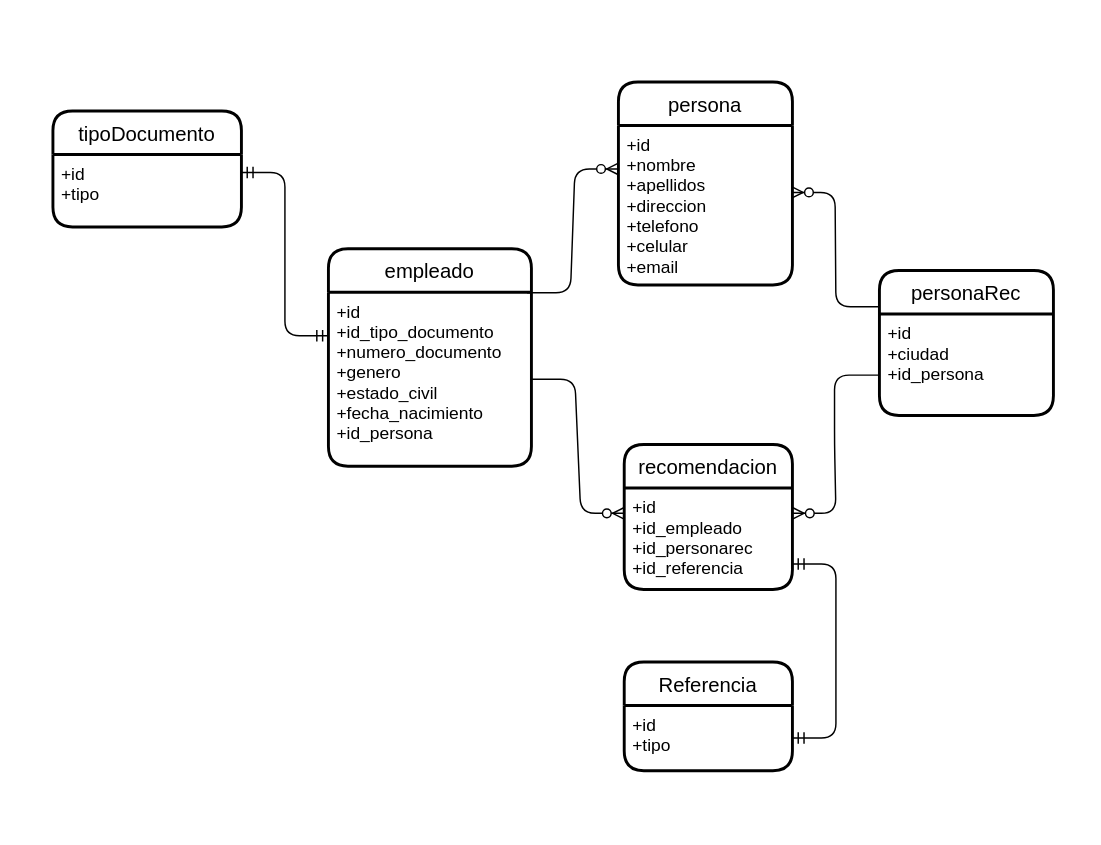
Earlier version of the draw.io diagram HojasDeVida.drawio (shaten10/hdv). Source tidied: cells renumbered, new cells numbered last; positions are measured from the earlier drawing's top-left corner, leaving out a move shared by most shapes. Both pictures are drawn from the tidied source at 145%, with x=0, y=0 at pixel (52, 81).
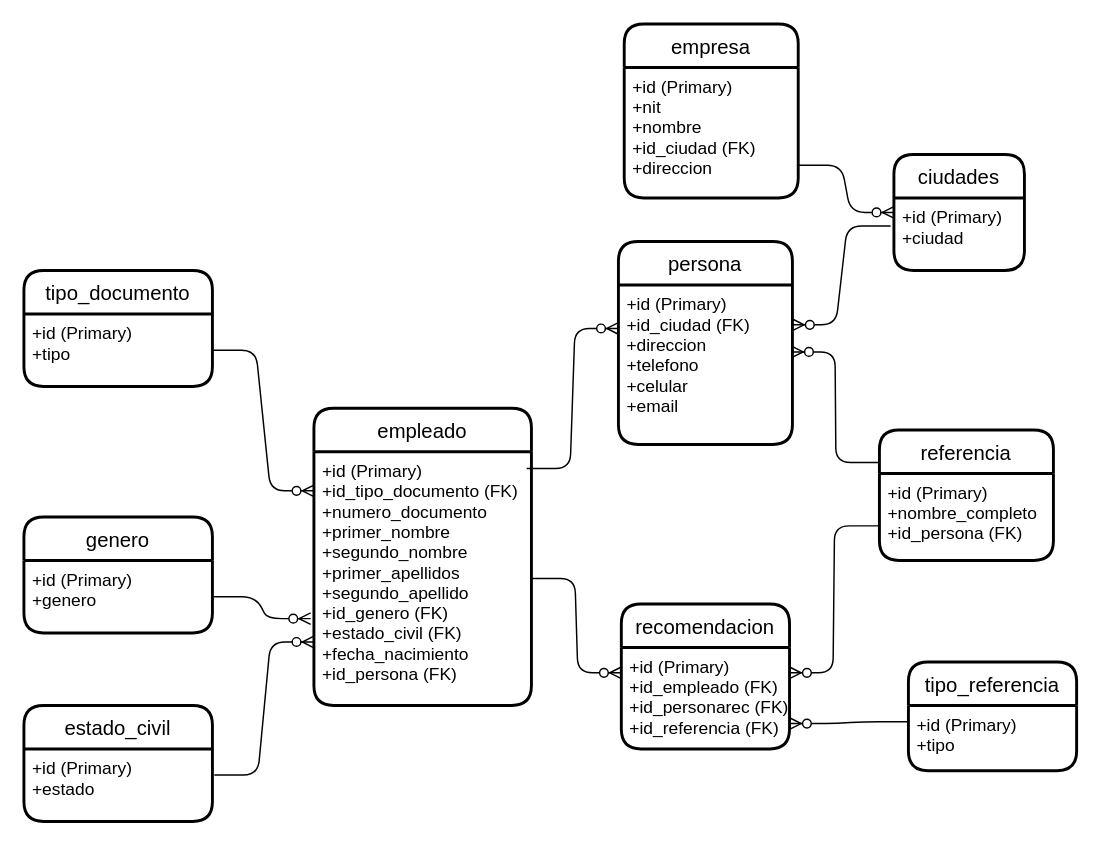
Above is the later version.

Commit message (it also covers changes not shown here):
Cambios 2 Diseño relacional

What changed in the source:
```diff
@@
     <mxCell id="2" value="persona" style="swimlane;horizontal=1;startSize=30;rounded=1;fontSize=14;fontStyle=0;strokeWidth=2;shadow=0;dashed=0;align=center;" parent="1" vertex="1">
-      <mxGeometry x="390" width="120" height="140" as="geometry" />
+      <mxGeometry x="390" y="110" width="120" height="140" as="geometry" />
     </mxCell>
-    <mxCell id="3" value="+id&#10;+nombre&#10;+apellidos&#10;+direccion&#10;+telefono&#10;+celular&#10;+email" style="align=left;strokeColor=none;fillColor=none;spacingLeft=4;fontSize=12;verticalAlign=top;" parent="2" vertex="1">
+    <mxCell id="3" value="+id (Primary)&#10;+id_ciudad (FK)&#10;+direccion&#10;+telefono&#10;+celular&#10;+email" style="align=left;strokeColor=none;fillColor=none;spacingLeft=4;fontSize=12;verticalAlign=top;" parent="2" vertex="1">
       <mxGeometry y="30" width="120" height="110" as="geometry" />
     </mxCell>
     <mxCell id="4" value="empleado" style="swimlane;horizontal=1;startSize=30;rounded=1;fontSize=14;fontStyle=0;strokeWidth=2;shadow=0;dashed=0;align=center;" parent="1" vertex="1">
-      <mxGeometry x="190" y="115" width="140" height="150" as="geometry" />
+      <mxGeometry x="180" y="225" width="150" height="205" as="geometry" />
     </mxCell>
-    <mxCell id="5" value="+id&#10;+id_tipo_documento&#10;+numero_documento&#10;+genero&#10;+estado_civil&#10;+fecha_nacimiento&#10;+id_persona&#10;" style="align=left;strokeColor=none;fillColor=none;spacingLeft=4;fontSize=12;verticalAlign=top;" parent="4" vertex="1">
-      <mxGeometry y="30" width="140" height="120" as="geometry" />
+    <mxCell id="5" value="+id (Primary)&#10;+id_tipo_documento (FK)&#10;+numero_documento&#10;+primer_nombre&#10;+segundo_nombre&#10;+primer_apellidos&#10;+segundo_apellido&#10;+id_genero (FK)&#10;+estado_civil (FK)&#10;+fecha_nacimiento&#10;+id_persona (FK)&#10;" style="align=left;strokeColor=none;fillColor=none;spacingLeft=4;fontSize=12;verticalAlign=top;" parent="4" vertex="1">
+      <mxGeometry y="30" width="150" height="175" as="geometry" />
     </mxCell>
-    <mxCell id="6" value="personaRec" style="swimlane;horizontal=1;startSize=30;rounded=1;fontSize=14;fontStyle=0;strokeWidth=2;shadow=0;dashed=0;align=center;" parent="1" vertex="1">
-      <mxGeometry x="570" y="130" width="120" height="100" as="geometry" />
+    <mxCell id="6" value="referencia" style="swimlane;horizontal=1;startSize=30;rounded=1;fontSize=14;fontStyle=0;strokeWidth=2;shadow=0;dashed=0;align=center;" parent="1" vertex="1">
+      <mxGeometry x="570" y="240" width="120" height="90" as="geometry" />
     </mxCell>
-    <mxCell id="7" value="+id&#10;+ciudad&#10;+id_persona" style="align=left;strokeColor=none;fillColor=none;spacingLeft=4;fontSize=12;verticalAlign=top;" parent="6" vertex="1">
-      <mxGeometry y="30" width="120" height="70" as="geometry" />
+    <mxCell id="7" value="+id (Primary)&#10;+nombre_completo&#10;+id_persona (FK)" style="align=left;strokeColor=none;fillColor=none;spacingLeft=4;fontSize=12;verticalAlign=top;" parent="6" vertex="1">
+      <mxGeometry y="30" width="120" height="60" as="geometry" />
     </mxCell>
@@
     <mxCell id="10" value="recomendacion" style="swimlane;horizontal=1;startSize=30;rounded=1;fontSize=14;fontStyle=0;strokeWidth=2;shadow=0;dashed=0;align=center;" parent="1" vertex="1">
-      <mxGeometry x="394" y="250" width="116" height="100" as="geometry" />
+      <mxGeometry x="392" y="360" width="116" height="100" as="geometry" />
     </mxCell>
-    <mxCell id="11" value="+id&#10;+id_empleado&#10;+id_personarec&#10;+id_referencia" style="align=left;strokeColor=none;fillColor=none;spacingLeft=4;fontSize=12;verticalAlign=top;" parent="10" vertex="1">
+    <mxCell id="11" value="+id (Primary)&#10;+id_empleado (FK)&#10;+id_personarec (FK)&#10;+id_referencia (FK)" style="align=left;strokeColor=none;fillColor=none;spacingLeft=4;fontSize=12;verticalAlign=top;" parent="10" vertex="1">
       <mxGeometry y="30" width="116" height="70" as="geometry" />
     </mxCell>
@@
-    <mxCell id="14" value="tipoDocumento" style="swimlane;horizontal=1;startSize=30;rounded=1;fontSize=14;fontStyle=0;strokeWidth=2;shadow=0;dashed=0;align=center;" parent="1" vertex="1">
-      <mxGeometry y="20" width="130" height="80" as="geometry" />
+    <mxCell id="14" value="tipo_documento" style="swimlane;horizontal=1;startSize=30;rounded=1;fontSize=14;fontStyle=0;strokeWidth=2;shadow=0;dashed=0;align=center;" parent="1" vertex="1">
+      <mxGeometry x="-20" y="130" width="130" height="80" as="geometry" />
     </mxCell>
-    <mxCell id="15" value="+id&#10;+tipo" style="align=left;strokeColor=none;fillColor=none;spacingLeft=4;fontSize=12;verticalAlign=top;" parent="14" vertex="1">
+    <mxCell id="15" value="+id (Primary)&#10;+tipo" style="align=left;strokeColor=none;fillColor=none;spacingLeft=4;fontSize=12;verticalAlign=top;" parent="14" vertex="1">
       <mxGeometry y="30" width="130" height="50" as="geometry" />
     </mxCell>
-    <mxCell id="16" style="edgeStyle=entityRelationEdgeStyle;fontSize=12;html=1;endArrow=ERmandOne;startArrow=ERmandOne;entryX=1;entryY=0.25;entryDx=0;entryDy=0;exitX=0;exitY=0.25;exitDx=0;exitDy=0;exitPerimeter=0;" parent="1" edge="1" source="5" target="15">
-      <mxGeometry relative="1" as="geometry" />
-    </mxCell>
-    <mxCell id="17" value="Referencia" style="swimlane;horizontal=1;startSize=30;rounded=1;fontSize=14;fontStyle=0;strokeWidth=2;shadow=0;dashed=0;align=center;" parent="1" vertex="1">
-      <mxGeometry x="394" y="400" width="116" height="75" as="geometry" />
+    <mxCell id="17" value="tipo_referencia" style="swimlane;horizontal=1;startSize=30;rounded=1;fontSize=14;fontStyle=0;strokeWidth=2;shadow=0;dashed=0;align=center;" parent="1" vertex="1">
+      <mxGeometry x="590" y="400" width="116" height="75" as="geometry" />
     </mxCell>
-    <mxCell id="18" value="+id&#10;+tipo" style="align=left;strokeColor=none;fillColor=none;spacingLeft=4;fontSize=12;verticalAlign=top;" parent="17" vertex="1">
+    <mxCell id="18" value="+id (Primary)&#10;+tipo" style="align=left;strokeColor=none;fillColor=none;spacingLeft=4;fontSize=12;verticalAlign=top;" parent="17" vertex="1">
       <mxGeometry y="30" width="116" height="45" as="geometry" />
     </mxCell>
+    <mxCell id="20" value="ciudades" style="swimlane;horizontal=1;startSize=30;rounded=1;fontSize=14;fontStyle=0;strokeWidth=2;shadow=0;dashed=0;align=center;" parent="1" vertex="1">
+      <mxGeometry x="580" y="50" width="90" height="80" as="geometry" />
+    </mxCell>
+    <mxCell id="21" value="+id (Primary)&#10;+ciudad" style="align=left;strokeColor=none;fillColor=none;spacingLeft=4;fontSize=12;verticalAlign=top;" parent="20" vertex="1">
+      <mxGeometry y="30" width="90" height="50" as="geometry" />
+    </mxCell>
+    <mxCell id="22" value="estado_civil" style="swimlane;horizontal=1;startSize=30;rounded=1;fontSize=14;fontStyle=0;strokeWidth=2;shadow=0;dashed=0;align=center;" parent="1" vertex="1">
+      <mxGeometry x="-20" y="430" width="130" height="80" as="geometry" />
+    </mxCell>
+    <mxCell id="23" value="+id (Primary)&#10;+estado" style="align=left;strokeColor=none;fillColor=none;spacingLeft=4;fontSize=12;verticalAlign=top;" parent="22" vertex="1">
+      <mxGeometry y="30" width="130" height="50" as="geometry" />
+    </mxCell>
+    <mxCell id="24" value="genero" style="swimlane;horizontal=1;startSize=30;rounded=1;fontSize=14;fontStyle=0;strokeWidth=2;shadow=0;dashed=0;align=center;" parent="1" vertex="1">
+      <mxGeometry x="-20" y="300" width="130" height="80" as="geometry" />
+    </mxCell>
+    <mxCell id="25" value="+id (Primary)&#10;+genero" style="align=left;strokeColor=none;fillColor=none;spacingLeft=4;fontSize=12;verticalAlign=top;" parent="24" vertex="1">
+      <mxGeometry y="30" width="130" height="50" as="geometry" />
+    </mxCell>
+    <mxCell id="26" style="edgeStyle=entityRelationEdgeStyle;fontSize=12;html=1;endArrow=ERzeroToMany;endFill=1;exitX=1;exitY=0.5;exitDx=0;exitDy=0;entryX=-0.015;entryY=0.658;entryDx=0;entryDy=0;entryPerimeter=0;" parent="1" edge="1" source="25" target="5">
+      <mxGeometry relative="1" as="geometry" />
+    </mxCell>
+    <mxCell id="27" style="edgeStyle=entityRelationEdgeStyle;fontSize=12;html=1;endArrow=ERzeroToMany;endFill=1;exitX=1.01;exitY=0.361;exitDx=0;exitDy=0;exitPerimeter=0;entryX=0;entryY=0.75;entryDx=0;entryDy=0;" parent="1" edge="1" source="23" target="5">
+      <mxGeometry relative="1" as="geometry" />
+    </mxCell>
+    <mxCell id="28" style="edgeStyle=entityRelationEdgeStyle;fontSize=12;html=1;endArrow=ERzeroToMany;endFill=1;exitX=1;exitY=0.5;exitDx=0;exitDy=0;" parent="1" edge="1" source="15">
+      <mxGeometry relative="1" as="geometry">
+        <mxPoint x="180" y="282" as="targetPoint" />
+      </mxGeometry>
+    </mxCell>
-    <mxCell id="19" style="edgeStyle=entityRelationEdgeStyle;fontSize=12;html=1;endArrow=ERmandOne;startArrow=ERmandOne;exitX=1;exitY=0.5;exitDx=0;exitDy=0;entryX=1;entryY=0.75;entryDx=0;entryDy=0;" parent="1" edge="1" source="18" target="11">
+    <mxCell id="19" style="edgeStyle=entityRelationEdgeStyle;fontSize=12;html=1;endArrow=ERzeroToMany;endFill=1;entryX=1;entryY=0.75;entryDx=0;entryDy=0;exitX=0;exitY=0.25;exitDx=0;exitDy=0;" parent="1" edge="1" source="18" target="11">
       <mxGeometry relative="1" as="geometry" />
     </mxCell>
+    <mxCell id="29" style="edgeStyle=entityRelationEdgeStyle;fontSize=12;html=1;endArrow=ERzeroToMany;endFill=1;exitX=-0.025;exitY=0.387;exitDx=0;exitDy=0;entryX=1;entryY=0.25;entryDx=0;entryDy=0;exitPerimeter=0;" parent="1" edge="1" source="21" target="3">
+      <mxGeometry relative="1" as="geometry" />
+    </mxCell>
+    <mxCell id="30" value="empresa" style="swimlane;horizontal=1;startSize=30;rounded=1;fontSize=14;fontStyle=0;strokeWidth=2;shadow=0;dashed=0;align=center;" parent="1" vertex="1">
+      <mxGeometry x="394" y="-40" width="120" height="120" as="geometry" />
+    </mxCell>
+    <mxCell id="31" value="+id (Primary)&#10;+nit&#10;+nombre&#10;+id_ciudad (FK)&#10;+direccion" style="align=left;strokeColor=none;fillColor=none;spacingLeft=4;fontSize=12;verticalAlign=top;" parent="30" vertex="1">
+      <mxGeometry y="30" width="120" height="90" as="geometry" />
+    </mxCell>
+    <mxCell id="32" style="edgeStyle=entityRelationEdgeStyle;fontSize=12;html=1;endArrow=ERzeroToMany;endFill=1;exitX=1;exitY=0.75;exitDx=0;exitDy=0;" parent="1" edge="1" source="31">
+      <mxGeometry relative="1" as="geometry">
+        <mxPoint x="580" y="90" as="targetPoint" />
+      </mxGeometry>
+    </mxCell>
```
